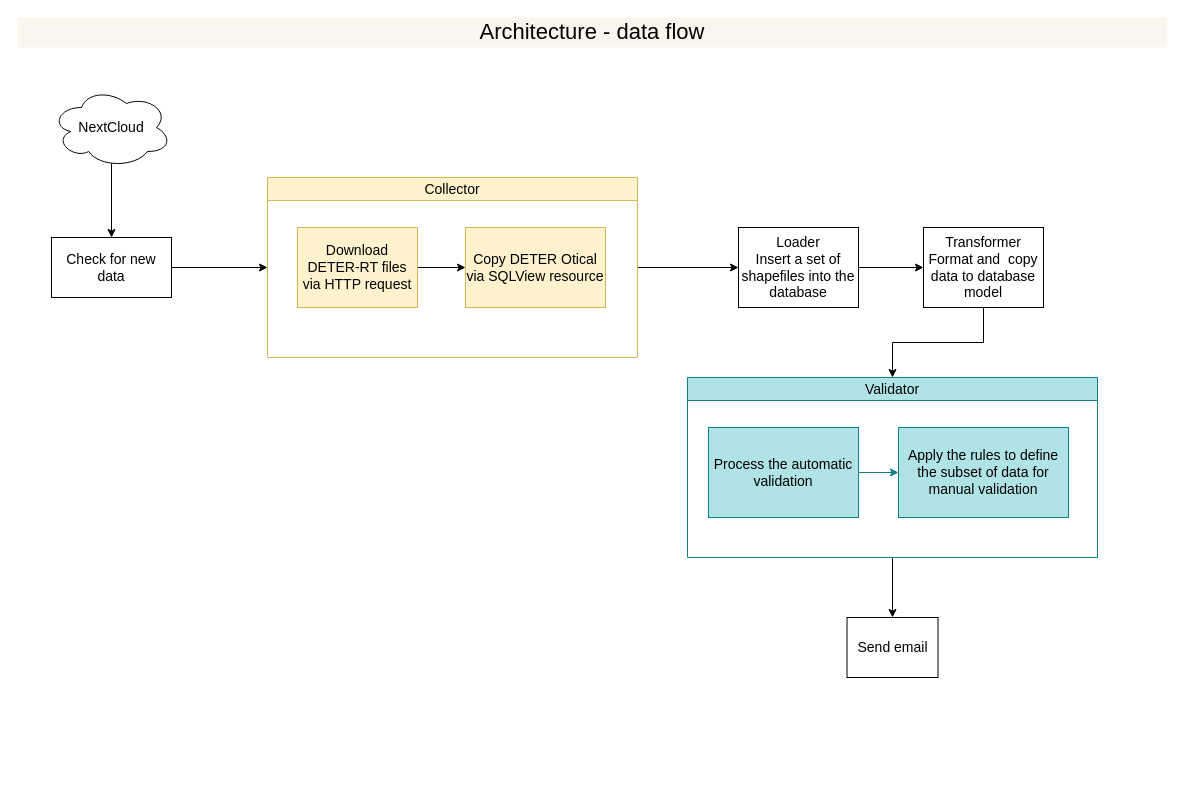
Above: page "data-flow" (2 of 4) of docs/overview.drawio in terrabrasilis/deter-rt-background-tasks (draw.io), before the change. Source tidied: cells renumbered, new cells numbered last; positions are measured from the earlier drawing's top-left corner, leaving out a move shared by most shapes. Both pictures are drawn from the tidied source at 100%, with x=0, y=0 at pixel (17, 17).
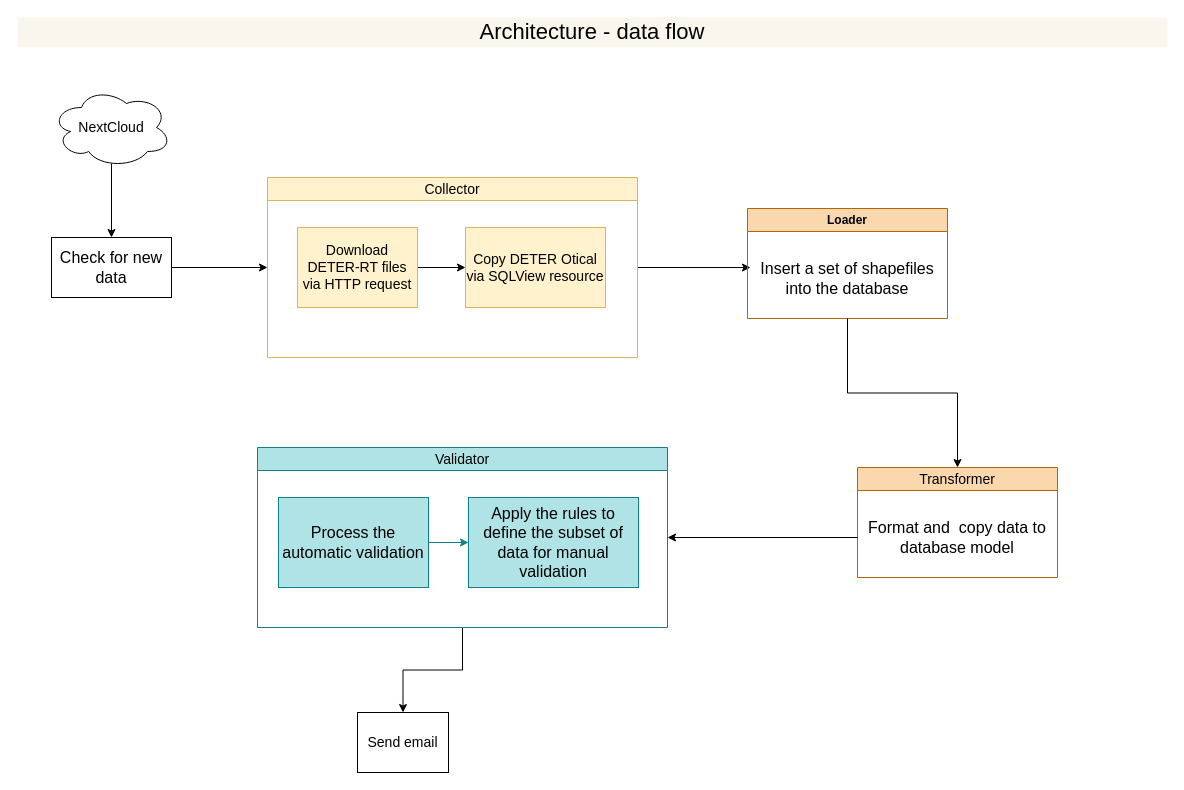
The same page after the edit.

The change refers to these unchanged cells:
```xml
<mxCell id="18" value="&lt;span style=&quot;font-weight: 400;&quot;&gt;Collector&lt;/span&gt;" style="swimlane;whiteSpace=wrap;html=1;fontSize=14;fillColor=#fff2cc;strokeColor=#d6b656;startSize=23;" parent="1" vertex="1">
  <mxGeometry x="250" y="160" width="370" height="180" as="geometry" />
</mxCell>
```

Diff of the diagram source:
```diff
@@
-    <mxCell id="4" style="edgeStyle=orthogonalEdgeStyle;rounded=0;jettySize=auto;html=1;entryX=0;entryY=0.5;entryDx=0;entryDy=0;fontSize=14;exitX=1;exitY=0.5;exitDx=0;exitDy=0;" parent="1" edge="1" source="18" target="6">
+    <mxCell id="4" style="edgeStyle=orthogonalEdgeStyle;rounded=0;jettySize=auto;html=1;entryX=0.015;entryY=0.363;entryDx=0;entryDy=0;fontSize=14;exitX=1;exitY=0.5;exitDx=0;exitDy=0;entryPerimeter=0;" parent="1" edge="1" source="18" target="23">
       <mxGeometry relative="1" as="geometry" />
     </mxCell>
-    <mxCell id="5" style="edgeStyle=orthogonalEdgeStyle;rounded=0;jettySize=auto;html=1;fontSize=14;" parent="1" edge="1" source="6" target="8">
-      <mxGeometry relative="1" as="geometry" />
-    </mxCell>
-    <mxCell id="6" value="Loader&lt;div&gt;Insert a set of shapefiles into the database&lt;/div&gt;" style="rounded=0;whiteSpace=wrap;html=1;fontSize=14;" parent="1" vertex="1">
-      <mxGeometry x="721" y="210" width="120" height="80" as="geometry" />
-    </mxCell>
-    <mxCell id="7" style="edgeStyle=orthogonalEdgeStyle;rounded=0;jettySize=auto;html=1;entryX=0.5;entryY=0;entryDx=0;entryDy=0;fontSize=14;" parent="1" edge="1" source="8" target="17">
-      <mxGeometry relative="1" as="geometry" />
-    </mxCell>
-    <mxCell id="8" value="&lt;div&gt;Transformer&lt;/div&gt;&lt;div&gt;Format and&amp;nbsp; copy data to database model&lt;/div&gt;" style="whiteSpace=wrap;html=1;rounded=0;fontSize=14;" parent="1" vertex="1">
-      <mxGeometry x="906" y="210" width="120" height="80" as="geometry" />
-    </mxCell>
@@
-    <mxCell id="10" value="&lt;div&gt;Process the automatic validation&lt;/div&gt;" style="whiteSpace=wrap;html=1;rounded=0;fontSize=14;fillColor=#b0e3e6;strokeColor=#0e8088;" parent="1" vertex="1">
-      <mxGeometry x="691" y="410" width="150" height="90" as="geometry" />
+    <mxCell id="10" value="&lt;div&gt;&lt;font style=&quot;font-size: 16px;&quot;&gt;Process the automatic validation&lt;/font&gt;&lt;/div&gt;" style="whiteSpace=wrap;html=1;rounded=0;fontSize=14;fillColor=#b0e3e6;strokeColor=#0e8088;" parent="1" vertex="1">
+      <mxGeometry x="261" y="480" width="150" height="90" as="geometry" />
     </mxCell>
@@
-    <mxCell id="12" value="&lt;div&gt;Apply the rules to define the subset of data for manual validation&lt;/div&gt;" style="whiteSpace=wrap;html=1;rounded=0;fontSize=14;fillColor=#b0e3e6;strokeColor=#0e8088;" parent="1" vertex="1">
-      <mxGeometry x="881" y="410" width="170" height="90" as="geometry" />
+    <mxCell id="12" value="&lt;div&gt;&lt;font style=&quot;font-size: 16px;&quot;&gt;Apply the rules to define the subset of data for manual validation&lt;/font&gt;&lt;/div&gt;" style="whiteSpace=wrap;html=1;rounded=0;fontSize=14;fillColor=#b0e3e6;strokeColor=#0e8088;" parent="1" vertex="1">
+      <mxGeometry x="451" y="480" width="170" height="90" as="geometry" />
     </mxCell>
@@
-    <mxCell id="14" value="Check for new data" style="whiteSpace=wrap;html=1;fontSize=14;" parent="1" vertex="1">
+    <mxCell id="14" value="&lt;font style=&quot;font-size: 16px;&quot;&gt;Check for new data&lt;/font&gt;" style="whiteSpace=wrap;html=1;fontSize=14;" parent="1" vertex="1">
       <mxGeometry x="34" y="220" width="120" height="60" as="geometry" />
     </mxCell>
     <mxCell id="15" value="Send email" style="whiteSpace=wrap;html=1;rounded=0;fontSize=14;" parent="1" vertex="1">
-      <mxGeometry x="829.5" y="600" width="91" height="60" as="geometry" />
+      <mxGeometry x="340" y="695" width="91" height="60" as="geometry" />
     </mxCell>
@@
     <mxCell id="17" value="&lt;span style=&quot;font-weight: 400;&quot;&gt;Validator&lt;/span&gt;" style="swimlane;whiteSpace=wrap;html=1;fontSize=14;fillColor=#b0e3e6;strokeColor=#0e8088;" parent="1" vertex="1">
-      <mxGeometry x="670" y="360" width="410" height="180" as="geometry" />
+      <mxGeometry x="240" y="430" width="410" height="180" as="geometry" />
     </mxCell>
@@
+    <mxCell id="22" value="Loader" style="swimlane;whiteSpace=wrap;html=1;fillColor=#fad7ac;strokeColor=#b46504;" parent="1" vertex="1">
+      <mxGeometry x="730" y="191" width="200" height="110" as="geometry" />
+    </mxCell>
+    <mxCell id="23" value="&lt;div style=&quot;&quot;&gt;&lt;font style=&quot;font-size: 16px;&quot;&gt;Insert a set of shapefiles into the database&lt;/font&gt;&lt;/div&gt;" style="text;html=1;align=center;verticalAlign=middle;whiteSpace=wrap;rounded=0;" parent="22" vertex="1">
+      <mxGeometry y="30" width="200" height="80" as="geometry" />
+    </mxCell>
+    <mxCell id="24" value="&lt;span style=&quot;font-size: 14px; font-weight: 400;&quot;&gt;Transformer&lt;/span&gt;" style="swimlane;whiteSpace=wrap;html=1;fillColor=#fad7ac;strokeColor=#b46504;startSize=23;" parent="1" vertex="1">
+      <mxGeometry x="840" y="450" width="200" height="110" as="geometry" />
+    </mxCell>
+    <mxCell id="25" value="&lt;div style=&quot;&quot;&gt;&lt;font style=&quot;font-size: 16px;&quot;&gt;Format and&amp;nbsp; copy data to database model&lt;/font&gt;&lt;/div&gt;" style="text;html=1;align=center;verticalAlign=middle;whiteSpace=wrap;rounded=0;" parent="24" vertex="1">
+      <mxGeometry y="30" width="200" height="80" as="geometry" />
+    </mxCell>
+    <mxCell id="26" style="edgeStyle=orthogonalEdgeStyle;rounded=0;jettySize=auto;html=1;entryX=0.5;entryY=0;entryDx=0;entryDy=0;" parent="1" edge="1" source="23" target="24">
+      <mxGeometry relative="1" as="geometry" />
+    </mxCell>
+    <mxCell id="27" style="edgeStyle=orthogonalEdgeStyle;rounded=0;jettySize=auto;html=1;entryX=1;entryY=0.5;entryDx=0;entryDy=0;" parent="1" edge="1" source="25" target="17">
+      <mxGeometry relative="1" as="geometry" />
+    </mxCell>
```
